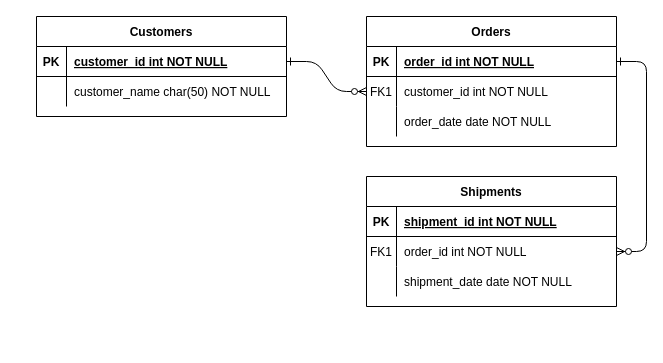
Above: Untitled Diagram.drawio in genelafrenier/vms (draw.io), before the change. Source tidied: cells renumbered, new cells numbered last; positions are measured from the earlier drawing's top-left corner, leaving out a move shared by most shapes. Both pictures are drawn from the tidied source at 100%, with x=0, y=0 at pixel (36, 16).
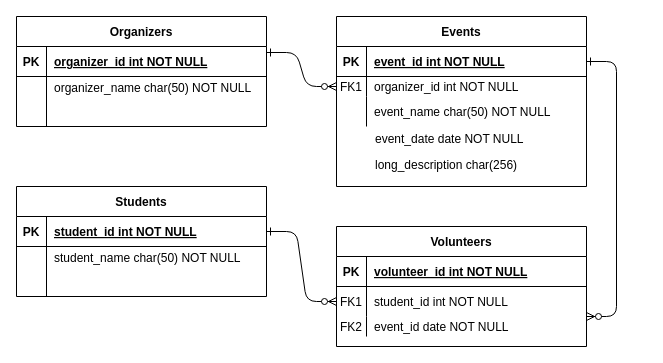
Above is the later version.

Commit message:
Entity Relationship Diagram.drawio

The change refers to these unchanged cells:
```xml
<mxCell id="5" style="shape=partialRectangle;fillColor=none;points=[[0,0.5],[1,0.5]];portConstraint=eastwest;top=0;left=0;right=0;bottom=1;" parent="4" vertex="1">
  <mxGeometry y="30" width="250" height="30" as="geometry" />
</mxCell>
<mxCell id="15" style="shape=partialRectangle;fillColor=none;top=0;left=0;right=0;bottom=1;" parent="14" vertex="1">
  <mxGeometry y="30" width="250" height="30" as="geometry" />
</mxCell>
<mxCell id="18" style="shape=partialRectangle;fillColor=none;points=[[0,0.5],[1,0.5]];portConstraint=eastwest;top=0;left=0;right=0;bottom=0;" parent="14" vertex="1">
  <mxGeometry y="60" width="250" height="30" as="geometry" />
</mxCell>
<mxCell id="25" style="shape=partialRectangle;fillColor=none;points=[[0,0.5],[1,0.5]];portConstraint=eastwest;top=0;left=0;right=0;bottom=1;" parent="24" vertex="1">
  <mxGeometry y="30" width="250" height="30" as="geometry" />
</mxCell>
```

What changed in the source:
```diff
@@
-    <mxCell id="2" style="edgeStyle=entityRelationEdgeStyle;endArrow=ERzeroToMany;startArrow=ERone;endFill=1;startFill=0;" parent="1" edge="1" source="25" target="8">
+    <mxCell id="2" style="edgeStyle=entityRelationEdgeStyle;endArrow=ERzeroToMany;startArrow=ERone;endFill=1;startFill=0;entryX=0;entryY=0.5;entryDx=0;entryDy=0;exitX=1;exitY=0.5;exitDx=0;exitDy=0;" parent="1" edge="1" source="25" target="18">
       <mxGeometry relative="1" as="geometry" />
     </mxCell>
-    <mxCell id="3" style="edgeStyle=entityRelationEdgeStyle;endArrow=ERzeroToMany;startArrow=ERone;endFill=1;startFill=0;" parent="1" edge="1" source="5" target="18">
+    <mxCell id="3" style="edgeStyle=entityRelationEdgeStyle;endArrow=ERzeroToMany;startArrow=ERone;endFill=1;startFill=0;entryX=1;entryY=0.75;entryDx=0;entryDy=0;" parent="1" edge="1" source="5" target="14">
       <mxGeometry relative="1" as="geometry" />
     </mxCell>
-    <mxCell id="4" value="Orders" style="shape=table;startSize=30;childLayout=tableLayout;rowLines=0;fontStyle=1;align=center;" parent="1" vertex="1">
-      <mxGeometry x="330" width="250" height="130" as="geometry" />
+    <mxCell id="4" value="Events" style="shape=table;startSize=30;childLayout=tableLayout;rowLines=0;fontStyle=1;align=center;" parent="1" vertex="1">
+      <mxGeometry x="300" width="250" height="170" as="geometry" />
     </mxCell>
@@
-    <mxCell id="7" value="order_id int NOT NULL " style="shape=partialRectangle;overflow=hidden;fillColor=none;top=0;left=0;bottom=0;right=0;align=left;spacingLeft=6;fontStyle=5;" parent="5" vertex="1">
+    <mxCell id="7" value="event_id int NOT NULL " style="shape=partialRectangle;overflow=hidden;fillColor=none;top=0;left=0;bottom=0;right=0;align=left;spacingLeft=6;fontStyle=5;" parent="5" vertex="1">
       <mxGeometry x="30" width="220" height="30" as="geometry" />
     </mxCell>
     <mxCell id="8" style="shape=partialRectangle;fillColor=none;points=[[0,0.5],[1,0.5]];portConstraint=eastwest;top=0;left=0;right=0;bottom=0;" parent="4" vertex="1">
-      <mxGeometry y="60" width="250" height="30" as="geometry" />
+      <mxGeometry y="60" width="250" height="20" as="geometry" />
     </mxCell>
     <mxCell id="9" value="FK1" style="shape=partialRectangle;overflow=hidden;fillColor=none;top=0;left=0;bottom=0;right=0;" parent="8" vertex="1">
-      <mxGeometry width="30" height="30" as="geometry" />
+      <mxGeometry width="30" height="20" as="geometry" />
     </mxCell>
-    <mxCell id="10" value="customer_id int NOT NULL" style="shape=partialRectangle;overflow=hidden;fillColor=none;top=0;left=0;bottom=0;right=0;align=left;spacingLeft=6;" parent="8" vertex="1">
-      <mxGeometry x="30" width="220" height="30" as="geometry" />
+    <mxCell id="10" value="organizer_id int NOT NULL" style="shape=partialRectangle;overflow=hidden;fillColor=none;top=0;left=0;bottom=0;right=0;align=left;spacingLeft=6;" parent="8" vertex="1">
+      <mxGeometry x="30" width="220" height="20" as="geometry" />
     </mxCell>
     <mxCell id="11" style="shape=partialRectangle;fillColor=none;top=0;left=0;right=0;bottom=0;" parent="4" vertex="1">
-      <mxGeometry y="90" width="250" height="30" as="geometry" />
+      <mxGeometry y="80" width="250" height="30" as="geometry" />
     </mxCell>
@@
-    <mxCell id="13" value="order_date date NOT NULL" style="shape=partialRectangle;overflow=hidden;fillColor=none;top=0;left=0;bottom=0;right=0;align=left;spacingLeft=6;" parent="11" vertex="1">
+    <mxCell id="13" value="event_name char(50) NOT NULL" style="shape=partialRectangle;overflow=hidden;fillColor=none;top=0;left=0;bottom=0;right=0;align=left;spacingLeft=6;" parent="11" vertex="1">
       <mxGeometry x="30" width="220" height="30" as="geometry" />
     </mxCell>
-    <mxCell id="14" value="Shipments" style="shape=table;startSize=30;childLayout=tableLayout;rowLines=0;fontStyle=1;align=center;" parent="1" vertex="1">
-      <mxGeometry x="330" y="160" width="250" height="130" as="geometry" />
+    <mxCell id="14" value="Volunteers" style="shape=table;startSize=30;childLayout=tableLayout;rowLines=0;fontStyle=1;align=center;" parent="1" vertex="1">
+      <mxGeometry x="300" y="210" width="250" height="120" as="geometry" />
     </mxCell>
@@
-    <mxCell id="17" value="shipment_id int NOT NULL " style="shape=partialRectangle;overflow=hidden;fillColor=none;top=0;left=0;bottom=0;right=0;align=left;spacingLeft=6;fontStyle=5;" parent="15" vertex="1">
+    <mxCell id="17" value="volunteer_id int NOT NULL " style="shape=partialRectangle;overflow=hidden;fillColor=none;top=0;left=0;bottom=0;right=0;align=left;spacingLeft=6;fontStyle=5;" parent="15" vertex="1">
       <mxGeometry x="30" width="220" height="30" as="geometry" />
     </mxCell>
@@
-    <mxCell id="20" value="order_id int NOT NULL" style="shape=partialRectangle;overflow=hidden;fillColor=none;top=0;left=0;bottom=0;right=0;align=left;spacingLeft=6;" parent="18" vertex="1">
+    <mxCell id="20" value="student_id int NOT NULL" style="shape=partialRectangle;overflow=hidden;fillColor=none;top=0;left=0;bottom=0;right=0;align=left;spacingLeft=6;" parent="18" vertex="1">
       <mxGeometry x="30" width="220" height="30" as="geometry" />
     </mxCell>
     <mxCell id="21" style="shape=partialRectangle;fillColor=none;top=0;left=0;right=0;bottom=0;" parent="14" vertex="1">
-      <mxGeometry y="90" width="250" height="30" as="geometry" />
+      <mxGeometry y="90" width="250" height="20" as="geometry" />
     </mxCell>
-    <mxCell id="22" style="shape=partialRectangle;overflow=hidden;fillColor=none;top=0;left=0;bottom=0;right=0;" parent="21" vertex="1">
-      <mxGeometry width="30" height="30" as="geometry" />
+    <mxCell id="22" value="FK2" style="shape=partialRectangle;overflow=hidden;fillColor=none;top=0;left=0;bottom=0;right=0;" parent="21" vertex="1">
+      <mxGeometry width="30" height="20" as="geometry" />
     </mxCell>
-    <mxCell id="23" value="shipment_date date NOT NULL" style="shape=partialRectangle;overflow=hidden;fillColor=none;top=0;left=0;bottom=0;right=0;align=left;spacingLeft=6;" parent="21" vertex="1">
-      <mxGeometry x="30" width="220" height="30" as="geometry" />
+    <mxCell id="23" value="event_id date NOT NULL" style="shape=partialRectangle;overflow=hidden;fillColor=none;top=0;left=0;bottom=0;right=0;align=left;spacingLeft=6;" parent="21" vertex="1">
+      <mxGeometry x="30" width="220" height="20" as="geometry" />
     </mxCell>
-    <mxCell id="24" value="Customers" style="shape=table;startSize=30;childLayout=tableLayout;rowLines=0;fontStyle=1;align=center;" parent="1" vertex="1">
-      <mxGeometry width="250" height="100" as="geometry" />
+    <mxCell id="24" value="Students" style="shape=table;startSize=30;childLayout=tableLayout;rowLines=0;fontStyle=1;align=center;" parent="1" vertex="1">
+      <mxGeometry x="-20" y="170" width="250" height="110" as="geometry" />
     </mxCell>
@@
-    <mxCell id="27" value="customer_id int NOT NULL " style="shape=partialRectangle;overflow=hidden;fillColor=none;top=0;left=0;bottom=0;right=0;align=left;spacingLeft=6;fontStyle=5;" parent="25" vertex="1">
+    <mxCell id="27" value="student_id int NOT NULL" style="shape=partialRectangle;overflow=hidden;fillColor=none;top=0;left=0;bottom=0;right=0;align=left;spacingLeft=6;fontStyle=5;" parent="25" vertex="1">
       <mxGeometry x="30" width="220" height="30" as="geometry" />
     </mxCell>
     <mxCell id="28" style="shape=partialRectangle;fillColor=none;top=0;left=0;right=0;bottom=0;" parent="24" vertex="1">
-      <mxGeometry y="60" width="250" height="30" as="geometry" />
+      <mxGeometry y="60" width="250" height="50" as="geometry" />
     </mxCell>
     <mxCell id="29" style="shape=partialRectangle;overflow=hidden;fillColor=none;top=0;left=0;bottom=0;right=0;" parent="28" vertex="1">
-      <mxGeometry width="30" height="30" as="geometry" />
+      <mxGeometry width="30" height="50" as="geometry" />
     </mxCell>
-    <mxCell id="30" value="customer_name char(50) NOT NULL" style="shape=partialRectangle;overflow=hidden;fillColor=none;top=0;left=0;bottom=0;right=0;align=left;spacingLeft=6;" parent="28" vertex="1">
-      <mxGeometry x="30" width="220" height="30" as="geometry" />
+    <mxCell id="30" value="student_name char(50) NOT NULL&#10;&#10;" style="shape=partialRectangle;overflow=hidden;fillColor=none;top=0;left=0;bottom=0;right=0;align=left;spacingLeft=6;" parent="28" vertex="1">
+      <mxGeometry x="30" width="220" height="50" as="geometry" />
     </mxCell>
+    <mxCell id="31" value="event_date date NOT NULL" style="shape=partialRectangle;overflow=hidden;fillColor=none;top=0;left=0;bottom=0;right=0;align=left;spacingLeft=6;" parent="1" vertex="1">
+      <mxGeometry x="331" y="107" width="220" height="30" as="geometry" />
+    </mxCell>
+    <mxCell id="32" value="Organizers" style="shape=table;startSize=30;childLayout=tableLayout;rowLines=0;fontStyle=1;align=center;" parent="1" vertex="1">
+      <mxGeometry x="-20" width="250" height="110" as="geometry" />
+    </mxCell>
+    <mxCell id="33" style="shape=partialRectangle;fillColor=none;top=0;left=0;right=0;bottom=1;" parent="32" vertex="1">
+      <mxGeometry y="30" width="250" height="30" as="geometry" />
+    </mxCell>
+    <mxCell id="34" value="PK" style="shape=partialRectangle;overflow=hidden;fillColor=none;top=0;left=0;bottom=0;right=0;fontStyle=1;" parent="33" vertex="1">
+      <mxGeometry width="30" height="30" as="geometry" />
+    </mxCell>
+    <mxCell id="35" value="organizer_id int NOT NULL" style="shape=partialRectangle;overflow=hidden;fillColor=none;top=0;left=0;bottom=0;right=0;align=left;spacingLeft=6;fontStyle=5;" parent="33" vertex="1">
+      <mxGeometry x="30" width="220" height="30" as="geometry" />
+    </mxCell>
+    <mxCell id="36" style="shape=partialRectangle;fillColor=none;top=0;left=0;right=0;bottom=0;" parent="32" vertex="1">
+      <mxGeometry y="60" width="250" height="50" as="geometry" />
+    </mxCell>
+    <mxCell id="37" style="shape=partialRectangle;overflow=hidden;fillColor=none;top=0;left=0;bottom=0;right=0;" parent="36" vertex="1">
+      <mxGeometry width="30" height="50" as="geometry" />
+    </mxCell>
+    <mxCell id="38" value="organizer_name char(50) NOT NULL&#10;&#10;" style="shape=partialRectangle;overflow=hidden;fillColor=none;top=0;left=0;bottom=0;right=0;align=left;spacingLeft=6;" parent="36" vertex="1">
+      <mxGeometry x="30" width="220" height="50" as="geometry" />
+    </mxCell>
+    <mxCell id="39" style="edgeStyle=entityRelationEdgeStyle;endArrow=ERzeroToMany;startArrow=ERone;endFill=1;startFill=0;entryX=0;entryY=0.5;entryDx=0;entryDy=0;exitX=1;exitY=0.5;exitDx=0;exitDy=0;" parent="1" edge="1" target="8">
+      <mxGeometry relative="1" as="geometry">
+        <mxPoint x="230" y="36" as="sourcePoint" />
+      </mxGeometry>
+    </mxCell>
+    <mxCell id="40" value="long_description char(256)" style="shape=partialRectangle;overflow=hidden;fillColor=none;top=0;left=0;bottom=0;right=0;align=left;spacingLeft=6;" parent="1" vertex="1">
+      <mxGeometry x="331" y="133" width="220" height="30" as="geometry" />
+    </mxCell>
```
